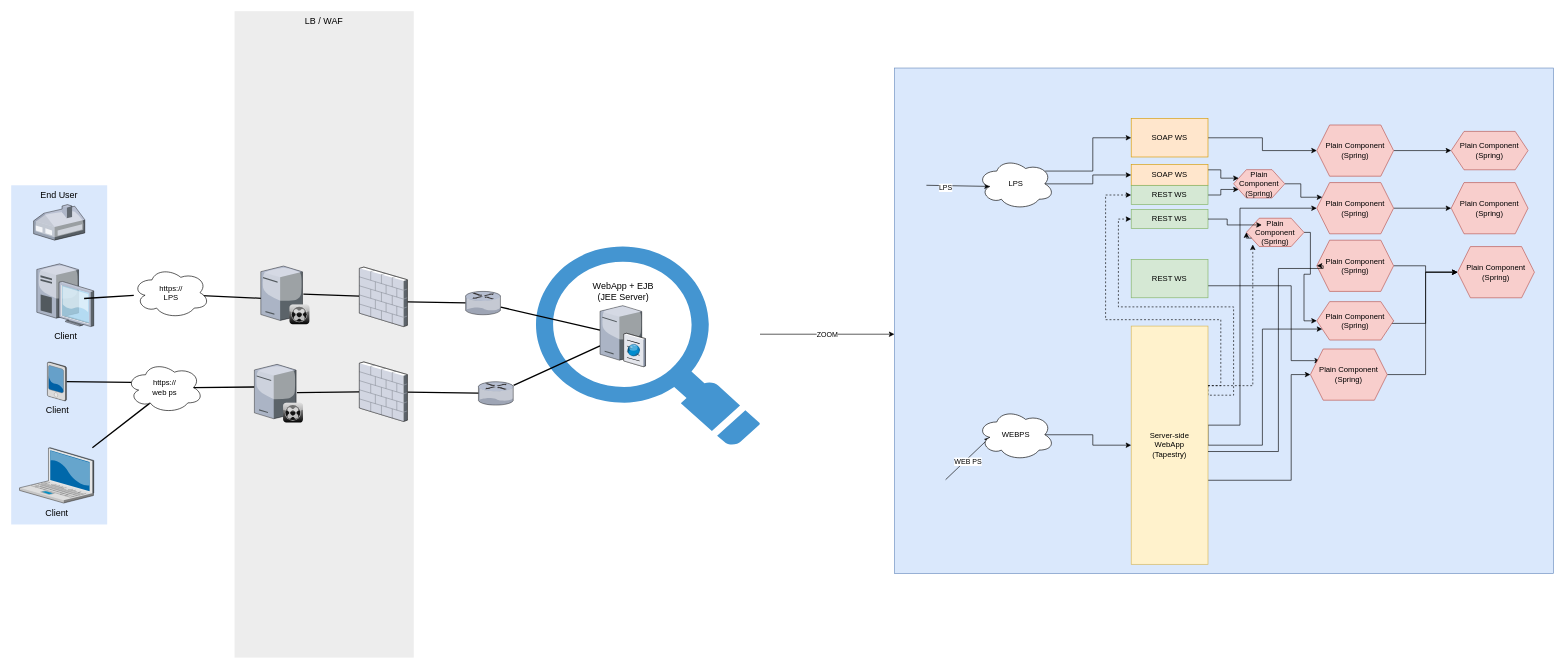
Before: v2 transformation etape 4.drawio in YannRobert/draw.io, a draw.io diagram. Source tidied: cells renumbered, new cells numbered last; positions are measured from the earlier drawing's top-left corner, leaving out a move shared by most shapes. Both pictures are drawn from the tidied source at 64%, with x=0, y=0 at pixel (11, 11).
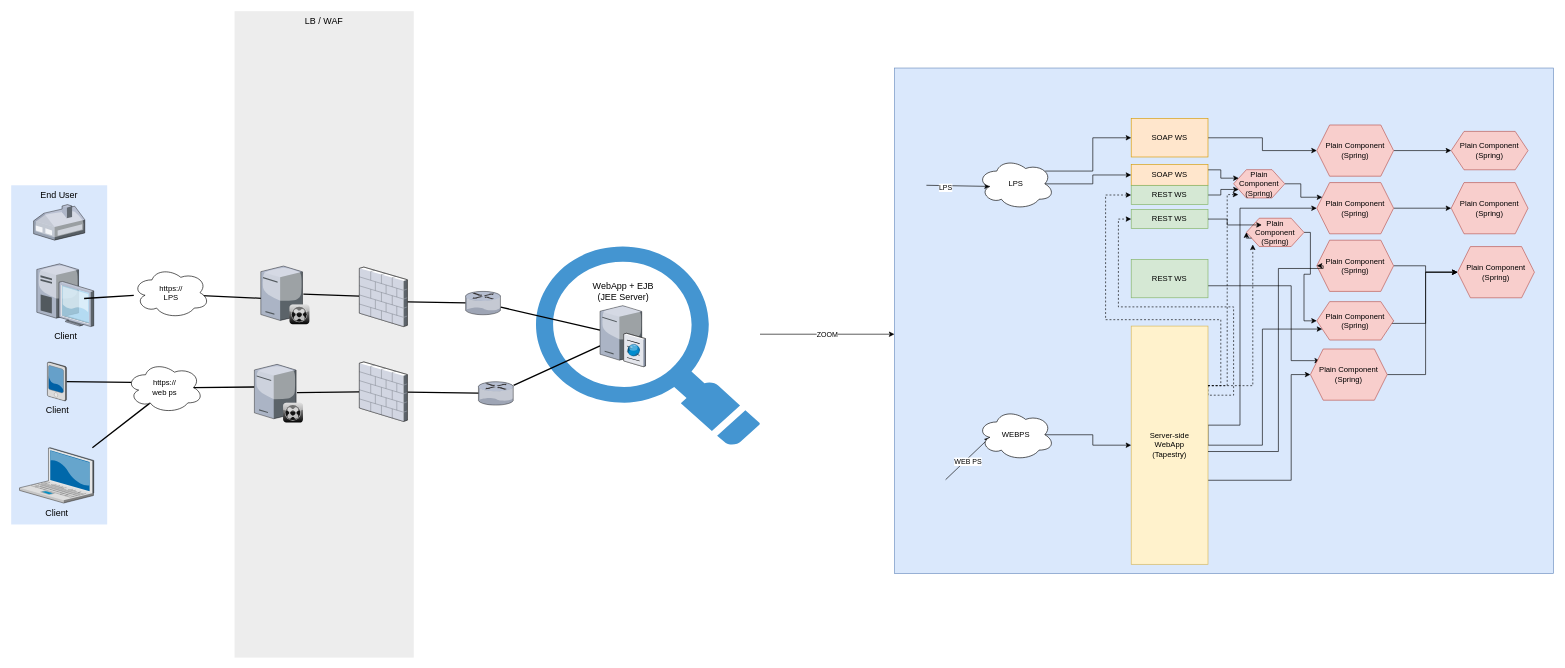
After the change.

Commit message:
Mettre à jour v2 transformation etape 4.drawio

The change refers to these unchanged cells:
```xml
<mxCell id="26" value="Server-side&lt;br&gt;WebApp&lt;br&gt;(Tapestry)" style="rounded=0;whiteSpace=wrap;html=1;fillColor=#fff2cc;strokeColor=#d6b656;" parent="1" vertex="1">
  <mxGeometry x="1750" y="492" width="120" height="372.2" as="geometry" />
</mxCell>
<mxCell id="75" value="Plain Component&lt;br style=&quot;border-color: var(--border-color);&quot;&gt;(Spring)" style="shape=hexagon;perimeter=hexagonPerimeter2;whiteSpace=wrap;html=1;fixedSize=1;fillColor=#f8cecc;strokeColor=#b85450;" parent="1" vertex="1">
  <mxGeometry x="1910" y="247.6" width="80" height="44.2" as="geometry" />
</mxCell>
```

Change to the diagram source:
```diff
@@
+    <mxCell id="76" style="edgeStyle=orthogonalEdgeStyle;rounded=0;jettySize=auto;html=1;exitX=1;exitY=0.25;exitDx=0;exitDy=0;entryX=0.092;entryY=0.882;entryDx=0;entryDy=0;entryPerimeter=0;dashed=1;" parent="1" edge="1" source="26" target="75">
+      <mxGeometry relative="1" as="geometry">
+        <Array as="points">
+          <mxPoint x="1900" y="585" />
+          <mxPoint x="1900" y="287" />
+        </Array>
+      </mxGeometry>
+    </mxCell>
```
